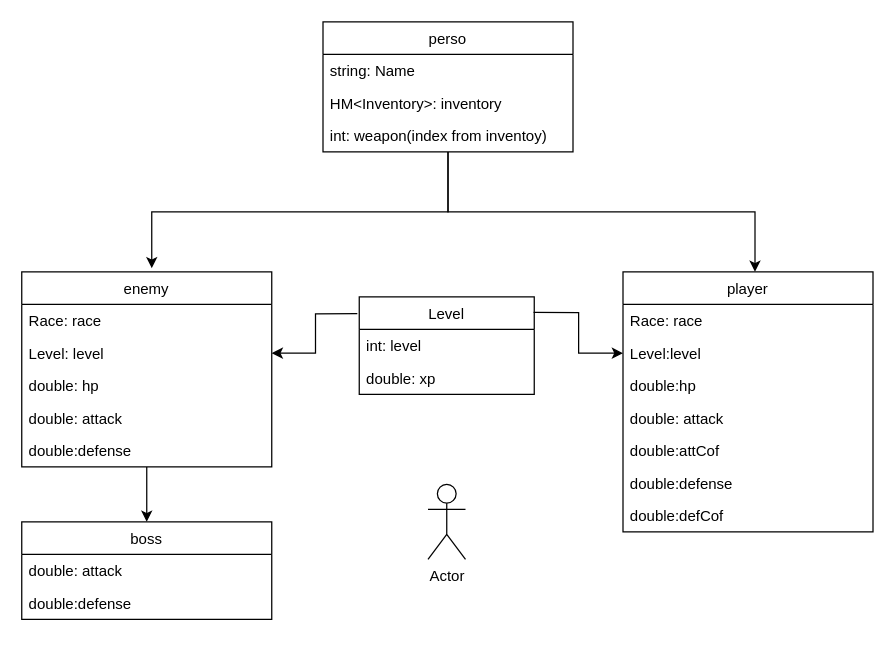
This is page "person" (1 of 3) of src/plan/projectDiagram.drawio from vfedychkanych/MyPlayProj, a draw.io file, before an edit. Source tidied: cells renumbered, new cells numbered last; positions are measured from the earlier drawing's top-left corner, leaving out a move shared by most shapes. Both pictures are drawn from the tidied source at 125%, with x=0, y=0 at pixel (21, 21).
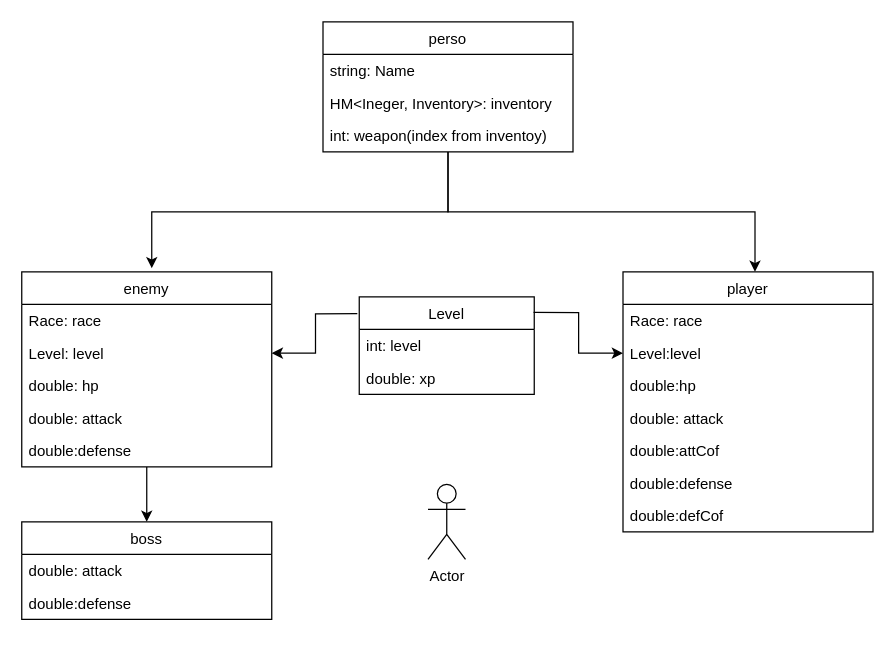
The same page after the edit.

The change refers to these unchanged cells:
```xml
<mxCell id="5" value="perso" style="swimlane;fontStyle=0;horizontal=1;startSize=26;fillColor=none;" parent="1" vertex="1">
  <mxGeometry x="240.9" width="200" height="104" as="geometry" />
</mxCell>
```

Change to the diagram source:
```diff
@@
-    <mxCell id="7" value="HM&lt;Inventory&gt;: inventory" style="text;strokeColor=none;fillColor=none;align=left;verticalAlign=top;spacingLeft=4;spacingRight=4;overflow=hidden;" parent="5" vertex="1">
+    <mxCell id="7" value="HM&lt;Ineger, Inventory&gt;: inventory" style="text;strokeColor=none;fillColor=none;align=left;verticalAlign=top;spacingLeft=4;spacingRight=4;overflow=hidden;" parent="5" vertex="1">
       <mxGeometry y="52" width="200" height="26" as="geometry" />
     </mxCell>
```
